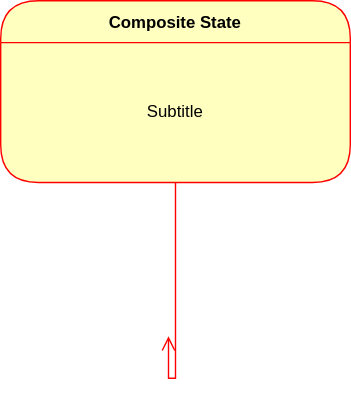
Before: cdnimgTwo/测试.drawio.svg, a diagram exported from draw.io (TianchunGu/OB_img). Source tidied: cells renumbered, new cells last; positions are measured from the earlier drawing's top-left corner, leaving out a move shared by most shapes.
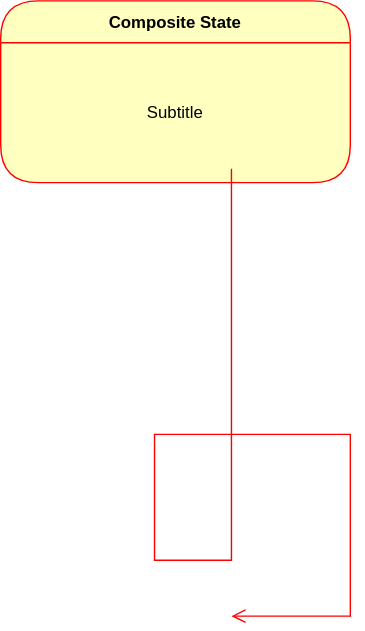
The same file after the commit.

Change to the diagram source:
```diff
@@ -8,12 +8,16 @@
     <mxCell id="3" value="Subtitle" style="text;html=1;strokeColor=none;fillColor=none;align=center;verticalAlign=middle;spacingLeft=4;spacingRight=4;whiteSpace=wrap;overflow=hidden;fontColor=#000000;" parent="2" vertex="1">
       <mxGeometry y="30" width="250" height="100" as="geometry" />
     </mxCell>
-    <mxCell id="4" style="edgeStyle=orthogonalEdgeStyle;html=1;verticalAlign=bottom;endArrow=open;endSize=8;strokeColor=#ff0000;rounded=0;" parent="1" edge="1" source="2">
+    <mxCell id="4" style="edgeStyle=orthogonalEdgeStyle;html=1;verticalAlign=bottom;endArrow=open;endSize=8;strokeColor=#ff0000;rounded=0;" parent="1" edge="1">
       <mxGeometry relative="1" as="geometry">
-        <mxPoint x="120" y="240" as="targetPoint" />
+        <mxPoint x="165" y="120" as="sourcePoint" />
+        <mxPoint x="165" y="440" as="targetPoint" />
         <Array as="points">
-          <mxPoint x="125" y="270" />
-          <mxPoint x="120" y="270" />
+          <mxPoint x="165" y="400" />
+          <mxPoint x="110" y="400" />
+          <mxPoint x="110" y="310" />
+          <mxPoint x="250" y="310" />
+          <mxPoint x="250" y="440" />
         </Array>
       </mxGeometry>
     </mxCell>
```
